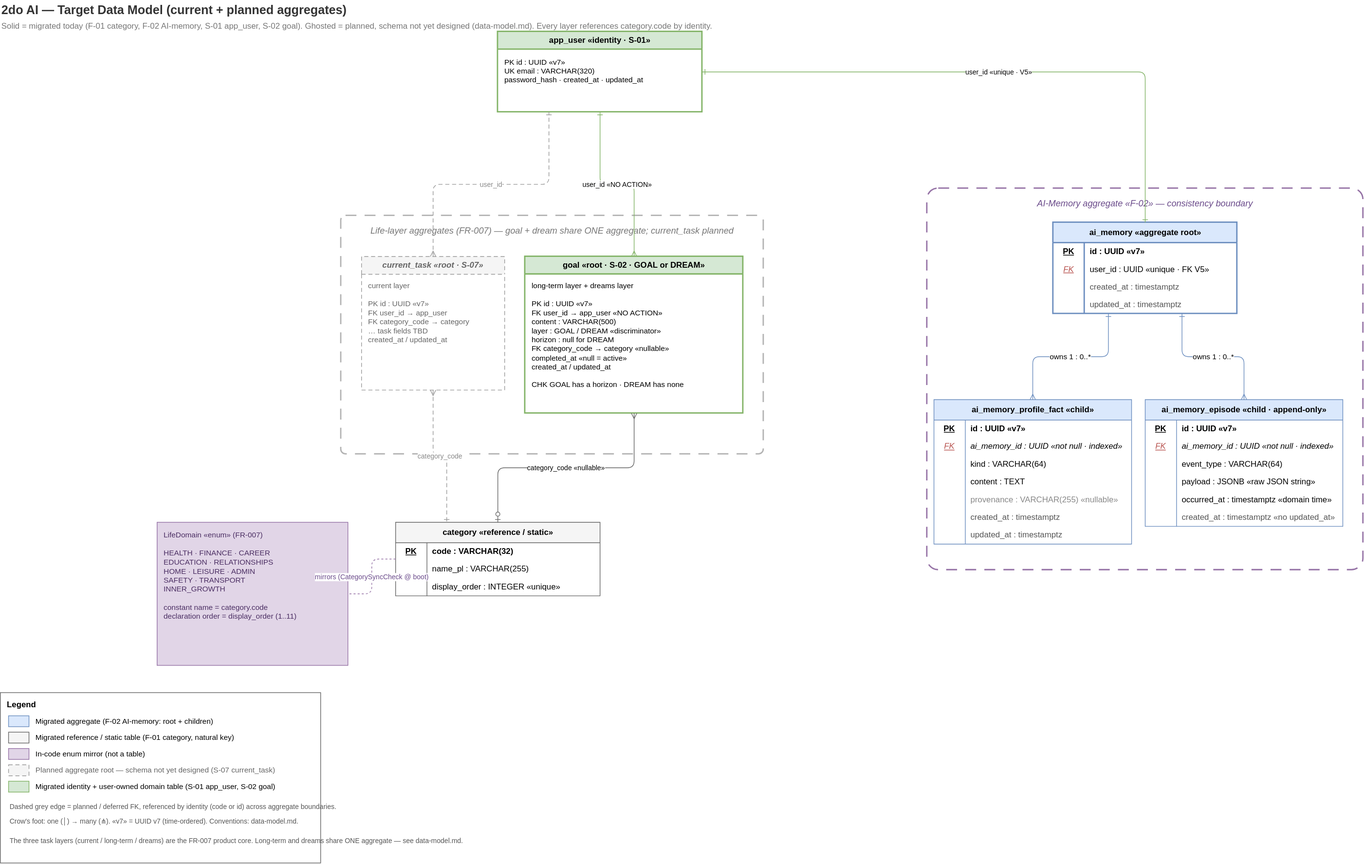
This is context/foundation/data-model-target.svg from TheDariusz/2doai, a draw.io export, as it was before one commit. Source tidied: cells renumbered, new cells last; positions are measured from the earlier drawing's top-left corner, leaving out a move shared by most shapes.
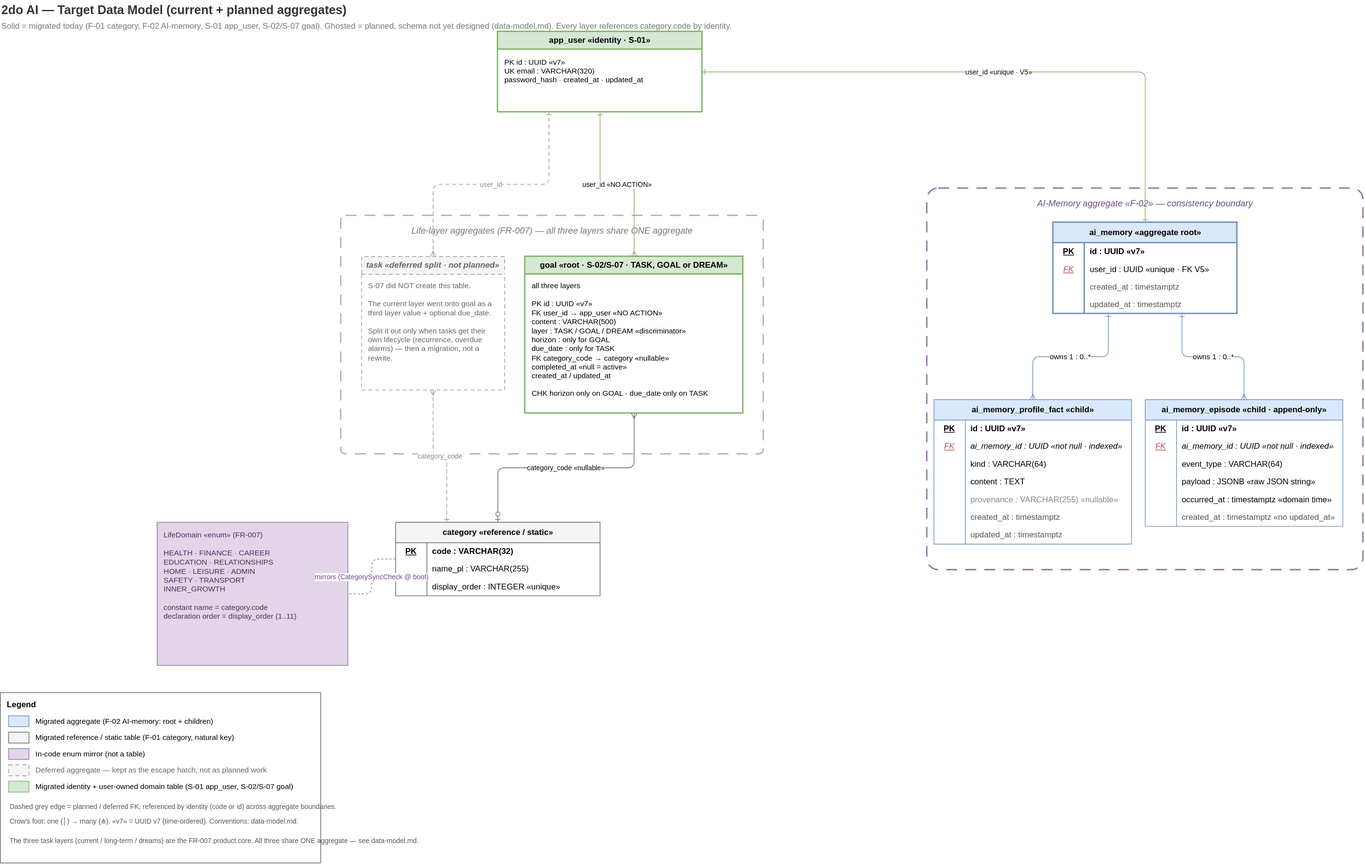
After the change.

Diff of the diagram source:
```diff
@@ -5,10 +5,10 @@
     <mxCell id="2" value="2do AI — Target Data Model  (current + planned aggregates)" style="text;html=1;align=left;verticalAlign=middle;fontSize=18;fontStyle=1;fontColor=#333333;" parent="1" vertex="1">
       <mxGeometry width="900" height="30" as="geometry" />
     </mxCell>
-    <mxCell id="3" value="Solid = migrated today (F-01 category, F-02 AI-memory, S-01 app_user, S-02 goal).   Ghosted = planned, schema not yet designed (data-model.md).   Every layer references category.code by identity." style="text;html=1;align=left;verticalAlign=middle;fontSize=12;fontColor=#777777;" parent="1" vertex="1">
+    <mxCell id="3" value="Solid = migrated today (F-01 category, F-02 AI-memory, S-01 app_user, S-02/S-07 goal).   Ghosted = planned, schema not yet designed (data-model.md).   Every layer references category.code by identity." style="text;html=1;align=left;verticalAlign=middle;fontSize=12;fontColor=#777777;" parent="1" vertex="1">
       <mxGeometry y="28" width="1200" height="20" as="geometry" />
     </mxCell>
-    <mxCell id="4" value="Life-layer aggregates (FR-007)  —  goal + dream share ONE aggregate; current_task planned" style="rounded=1;arcSize=2;whiteSpace=wrap;html=1;dashed=1;dashPattern=8 6;strokeColor=#b3b3b3;strokeWidth=2;fillColor=none;verticalAlign=top;fontStyle=2;fontColor=#777777;fontSize=13;spacingTop=8;" parent="1" vertex="1">
+    <mxCell id="4" value="Life-layer aggregates (FR-007)  —  all three layers share ONE aggregate" style="rounded=1;arcSize=2;whiteSpace=wrap;html=1;dashed=1;dashPattern=8 6;strokeColor=#b3b3b3;strokeWidth=2;fillColor=none;verticalAlign=top;fontStyle=2;fontColor=#777777;fontSize=13;spacingTop=8;" parent="1" vertex="1">
       <mxGeometry x="500" y="316" width="620" height="350" as="geometry" />
     </mxCell>
     <mxCell id="5" value="AI-Memory aggregate  «F-02»  —  consistency boundary" style="rounded=1;arcSize=3;whiteSpace=wrap;html=1;dashed=1;dashPattern=8 6;strokeColor=#9673a6;strokeWidth=2;fillColor=none;verticalAlign=top;fontStyle=2;fontColor=#6a4a8a;fontSize=13;spacingTop=8;" parent="1" vertex="1">
@@ -53,16 +53,16 @@
     <mxCell id="18" value="LifeDomain  «enum»  (FR-007)&#10;&#10;HEALTH · FINANCE · CAREER&#10;EDUCATION · RELATIONSHIPS&#10;HOME · LEISURE · ADMIN&#10;SAFETY · TRANSPORT&#10;INNER_GROWTH&#10;&#10;constant name  =  category.code&#10;declaration order  =  display_order (1..11)" style="rounded=0;whiteSpace=wrap;html=1;fillColor=#e1d5e7;strokeColor=#9673a6;fontColor=#4b2e63;align=left;verticalAlign=top;spacingLeft=8;spacingTop=6;fontSize=11;" parent="1" vertex="1">
       <mxGeometry x="230" y="766" width="280" height="210" as="geometry" />
     </mxCell>
-    <mxCell id="19" value="current_task   «root · S-07»" style="swimlane;startSize=26;html=1;fillColor=#f5f5f5;strokeColor=#999999;dashed=1;dashPattern=6 4;fontColor=#666666;fontStyle=3;align=center;whiteSpace=wrap;" parent="1" vertex="1">
+    <mxCell id="19" value="task   «deferred split · not planned»" style="swimlane;startSize=26;html=1;fillColor=#f5f5f5;strokeColor=#999999;dashed=1;dashPattern=6 4;fontColor=#666666;fontStyle=3;align=center;whiteSpace=wrap;" parent="1" vertex="1">
       <mxGeometry x="530" y="376" width="210" height="196" as="geometry" />
     </mxCell>
-    <mxCell id="20" value="current layer&#10;&#10;PK   id : UUID «v7»&#10;FK   user_id → app_user&#10;FK   category_code → category&#10;         … task fields TBD&#10;         created_at / updated_at" style="text;html=1;align=left;verticalAlign=top;spacingLeft=8;spacingTop=4;fontSize=11;fontColor=#666666;whiteSpace=wrap;" parent="19" vertex="1">
+    <mxCell id="20" value="S-07 did NOT create this table.&#10;&#10;The current layer went onto goal as a&#10;third layer value + optional due_date.&#10;&#10;Split it out only when tasks get their&#10;own lifecycle (recurrence, overdue&#10;alarms) — then a migration, not a rewrite." style="text;html=1;align=left;verticalAlign=top;spacingLeft=8;spacingTop=4;fontSize=11;fontColor=#666666;whiteSpace=wrap;" parent="19" vertex="1">
       <mxGeometry y="26" width="210" height="170" as="geometry" />
     </mxCell>
-    <mxCell id="21" value="goal  «root · S-02 · GOAL or DREAM»" style="swimlane;startSize=26;html=1;fillColor=#d5e8d4;strokeColor=#82b366;strokeWidth=2;fontStyle=1;align=center;whiteSpace=wrap;" parent="1" vertex="1">
+    <mxCell id="21" value="goal  «root · S-02/S-07 · TASK, GOAL or DREAM»" style="swimlane;startSize=26;html=1;fillColor=#d5e8d4;strokeColor=#82b366;strokeWidth=2;fontStyle=1;align=center;whiteSpace=wrap;" parent="1" vertex="1">
       <mxGeometry x="770" y="376" width="320" height="230" as="geometry" />
     </mxCell>
-    <mxCell id="22" value="long-term layer + dreams layer&#10;&#10;PK   id : UUID «v7»&#10;FK   user_id → app_user  «NO ACTION»&#10;         content : VARCHAR(500)&#10;         layer : GOAL / DREAM  «discriminator»&#10;         horizon : null for DREAM&#10;FK   category_code → category  «nullable»&#10;         completed_at  «null = active»&#10;         created_at / updated_at&#10;&#10;CHK  GOAL has a horizon · DREAM has none" style="text;html=1;align=left;verticalAlign=top;spacingLeft=8;spacingTop=4;fontSize=11;whiteSpace=wrap;" parent="21" vertex="1">
+    <mxCell id="22" value="all three layers&#10;&#10;PK   id : UUID «v7»&#10;FK   user_id → app_user  «NO ACTION»&#10;         content : VARCHAR(500)&#10;         layer : TASK / GOAL / DREAM  «discriminator»&#10;         horizon : only for GOAL&#10;         due_date : only for TASK&#10;FK   category_code → category  «nullable»&#10;         completed_at  «null = active»&#10;         created_at / updated_at&#10;&#10;CHK  horizon only on GOAL · due_date only on TASK" style="text;html=1;align=left;verticalAlign=top;spacingLeft=8;spacingTop=4;fontSize=11;whiteSpace=wrap;" parent="21" vertex="1">
       <mxGeometry y="26" width="320" height="204" as="geometry" />
     </mxCell>
     <mxCell id="23" value="ai_memory  «aggregate root»" style="shape=table;startSize=30;rowLines=0;fontStyle=1;align=center;strokeColor=#6c8ebf;strokeWidth=2;fillColor=#dae8fc;html=1;" parent="1" vertex="1">
@@ -275,13 +275,13 @@
     <mxCell id="92" style="rounded=0;html=1;fillColor=#f5f5f5;strokeColor=#999999;dashed=1;dashPattern=6 4;" parent="85" vertex="1">
       <mxGeometry x="12" y="106" width="30" height="16" as="geometry" />
     </mxCell>
-    <mxCell id="93" value="Planned aggregate root — schema not yet designed (S-07 current_task)" style="text;html=1;align=left;verticalAlign=middle;fontSize=11;fontColor=#666666;" parent="85" vertex="1">
+    <mxCell id="93" value="Deferred aggregate — kept as the escape hatch, not as planned work" style="text;html=1;align=left;verticalAlign=middle;fontSize=11;fontColor=#666666;" parent="85" vertex="1">
       <mxGeometry x="50" y="104" width="410" height="20" as="geometry" />
     </mxCell>
     <mxCell id="94" style="rounded=0;html=1;fillColor=#d5e8d4;strokeColor=#82b366;" parent="85" vertex="1">
       <mxGeometry x="12" y="130" width="30" height="16" as="geometry" />
     </mxCell>
-    <mxCell id="95" value="Migrated identity + user-owned domain table (S-01 app_user, S-02 goal)" style="text;html=1;align=left;verticalAlign=middle;fontSize=11;" parent="85" vertex="1">
+    <mxCell id="95" value="Migrated identity + user-owned domain table (S-01 app_user, S-02/S-07 goal)" style="text;html=1;align=left;verticalAlign=middle;fontSize=11;" parent="85" vertex="1">
       <mxGeometry x="50" y="128" width="410" height="20" as="geometry" />
     </mxCell>
     <mxCell id="96" value="Dashed grey edge = planned / deferred FK, referenced by identity (code or id) across aggregate boundaries." style="text;html=1;align=left;verticalAlign=middle;fontSize=10;fontColor=#555555;" parent="85" vertex="1">
@@ -290,7 +290,7 @@
     <mxCell id="97" value="Crow's foot: one (│) → many (⋔).   «v7» = UUID v7 (time-ordered).   Conventions: data-model.md." style="text;html=1;align=left;verticalAlign=middle;fontSize=10;fontColor=#555555;" parent="85" vertex="1">
       <mxGeometry x="12" y="180" width="450" height="18" as="geometry" />
     </mxCell>
-    <mxCell id="98" value="The three task layers (current / long-term / dreams) are the FR-007 product core. Long-term and dreams share ONE aggregate — see data-model.md." style="text;html=1;align=left;verticalAlign=middle;fontSize=10;fontColor=#555555;" parent="85" vertex="1">
+    <mxCell id="98" value="The three task layers (current / long-term / dreams) are the FR-007 product core. All three share ONE aggregate — see data-model.md." style="text;html=1;align=left;verticalAlign=middle;fontSize=10;fontColor=#555555;" parent="85" vertex="1">
       <mxGeometry x="12" y="202" width="450" height="30" as="geometry" />
     </mxCell>
   </root>
```
